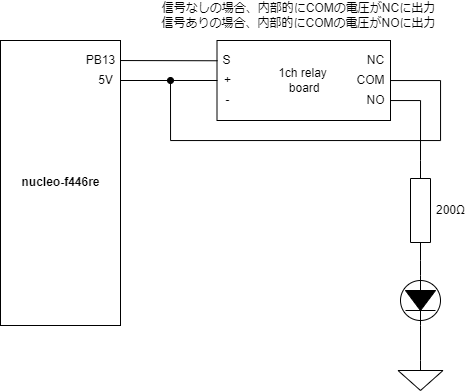
Before: circuit_diagram/lesson9.drawio.png, a diagram exported from draw.io (kapifuji/ras_pi_starterkit_with_rust). Source tidied: cells renumbered, new cells last; positions are measured from the earlier drawing's top-left corner, leaving out a move shared by most shapes. Its diagram source:
```xml
<mxGraphModel>
  <root>
    <mxCell id="0" />
    <mxCell id="1" parent="0" />
    <mxCell id="2" style="group;" parent="1" vertex="1">
      <mxGeometry y="40" width="130" height="285" as="geometry" />
    </mxCell>
    <mxCell id="3" style="rounded=0;whiteSpace=wrap;html=1;" parent="2" vertex="1">
      <mxGeometry width="120" height="285" as="geometry" />
    </mxCell>
    <mxCell id="4" value="5V" style="text;html=1;align=center;verticalAlign=middle;points=[];strokeColor=none;fillColor=none;" parent="2" vertex="1">
      <mxGeometry x="90" y="30" width="30" height="20" as="geometry" />
    </mxCell>
    <mxCell id="5" value="nucleo-f446re" style="text;html=1;align=center;verticalAlign=middle;strokeColor=none;fillColor=none;fontStyle=1;" parent="2" vertex="1">
      <mxGeometry x="15" y="132.5" width="90" height="20" as="geometry" />
    </mxCell>
    <mxCell id="6" value="PB13" style="text;html=1;align=center;verticalAlign=middle;points=[];strokeColor=none;fillColor=none;" parent="2" vertex="1">
      <mxGeometry x="80" y="10" width="40" height="20" as="geometry" />
    </mxCell>
    <mxCell id="7" style="edgeStyle=orthogonalEdgeStyle;rounded=0;html=1;exitX=1;exitY=0.5;exitDx=0;exitDy=0;exitPerimeter=0;entryX=0.5;entryY=0;entryDx=0;entryDy=0;entryPerimeter=0;endArrow=none;endFill=0;" parent="1" edge="1" source="8" target="11">
      <mxGeometry relative="1" as="geometry" />
    </mxCell>
    <mxCell id="8" style="fillColor=strokeColor;verticalLabelPosition=bottom;shadow=0;dashed=0;align=center;html=1;verticalAlign=top;shape=mxgraph.electrical.diodes.tunnel_diode_2;rotation=90;" parent="1" vertex="1">
      <mxGeometry x="395" y="280" width="50" height="40" as="geometry" />
    </mxCell>
    <mxCell id="9" style="edgeStyle=orthogonalEdgeStyle;rounded=0;html=1;exitX=1;exitY=0.5;exitDx=0;exitDy=0;exitPerimeter=0;entryX=0;entryY=0.5;entryDx=0;entryDy=0;entryPerimeter=0;endArrow=none;endFill=0;" parent="1" edge="1" source="10" target="8">
      <mxGeometry relative="1" as="geometry" />
    </mxCell>
    <mxCell id="10" style="verticalLabelPosition=bottom;shadow=0;dashed=0;align=center;html=1;verticalAlign=top;shape=mxgraph.electrical.resistors.resistor_1;rotation=90;" parent="1" vertex="1">
      <mxGeometry x="370" y="200" width="100" height="20" as="geometry" />
    </mxCell>
    <mxCell id="11" style="verticalLabelPosition=bottom;shadow=0;dashed=0;align=center;html=1;verticalAlign=top;shape=mxgraph.electrical.signal_sources.signal_ground;" parent="1" vertex="1">
      <mxGeometry x="397.5" y="360" width="45" height="30" as="geometry" />
    </mxCell>
    <mxCell id="12" value="200Ω" style="text;html=1;align=center;verticalAlign=middle;strokeColor=none;fillColor=none;" parent="1" vertex="1">
      <mxGeometry x="430" y="200" width="40" height="20" as="geometry" />
    </mxCell>
    <mxCell id="13" value="1ch relay&lt;br&gt;&amp;nbsp;board" style="rounded=0;whiteSpace=wrap;html=1;" parent="1" vertex="1">
      <mxGeometry x="216.5" y="40" width="173.5" height="80" as="geometry" />
    </mxCell>
    <mxCell id="14" value="S" style="text;html=1;align=center;verticalAlign=middle;points=[];strokeColor=none;fillColor=none;" parent="1" vertex="1">
      <mxGeometry x="216" y="50" width="20" height="20" as="geometry" />
    </mxCell>
    <mxCell id="15" value="+" style="text;html=1;align=center;verticalAlign=middle;points=[];strokeColor=none;fillColor=none;" parent="1" vertex="1">
      <mxGeometry x="217" y="70" width="20" height="20" as="geometry" />
    </mxCell>
    <mxCell id="16" value="-" style="text;html=1;align=center;verticalAlign=middle;points=[];strokeColor=none;fillColor=none;" parent="1" vertex="1">
      <mxGeometry x="217" y="90" width="20" height="20" as="geometry" />
    </mxCell>
    <mxCell id="17" style="edgeStyle=none;html=1;entryX=0.051;entryY=0.513;entryDx=0;entryDy=0;entryPerimeter=0;endArrow=none;endFill=0;" parent="1" edge="1" source="6" target="14">
      <mxGeometry relative="1" as="geometry" />
    </mxCell>
    <mxCell id="18" style="edgeStyle=none;html=1;endArrow=none;endFill=0;" parent="1" edge="1" source="4" target="15">
      <mxGeometry relative="1" as="geometry" />
    </mxCell>
    <mxCell id="19" value="NC" style="text;html=1;align=center;verticalAlign=middle;strokeColor=none;fillColor=none;" parent="1" vertex="1">
      <mxGeometry x="360" y="50" width="30" height="20" as="geometry" />
    </mxCell>
    <mxCell id="20" style="edgeStyle=orthogonalEdgeStyle;html=1;endArrow=oval;endFill=1;rounded=0;" parent="1" edge="1" source="21">
      <mxGeometry relative="1" as="geometry">
        <mxPoint x="170" y="80" as="targetPoint" />
        <Array as="points">
          <mxPoint x="440" y="80" />
          <mxPoint x="440" y="140" />
          <mxPoint x="170" y="140" />
        </Array>
      </mxGeometry>
    </mxCell>
    <mxCell id="21" value="COM" style="text;html=1;align=center;verticalAlign=middle;points=[];strokeColor=none;fillColor=none;" parent="1" vertex="1">
      <mxGeometry x="350" y="70" width="40" height="20" as="geometry" />
    </mxCell>
    <mxCell id="22" style="edgeStyle=orthogonalEdgeStyle;rounded=0;html=1;endArrow=none;endFill=0;entryX=0;entryY=0.5;entryDx=0;entryDy=0;entryPerimeter=0;" parent="1" edge="1" source="23" target="10">
      <mxGeometry relative="1" as="geometry" />
    </mxCell>
    <mxCell id="23" value="NO" style="text;html=1;align=center;verticalAlign=middle;points=[];strokeColor=none;fillColor=none;" parent="1" vertex="1">
      <mxGeometry x="360" y="90" width="30" height="20" as="geometry" />
    </mxCell>
    <mxCell id="24" value="信号なしの場合、内部的にCOMの電圧がNCに出力&lt;br&gt;信号ありの場合、内部的にCOMの電圧がNOに出力" style="text;html=1;align=center;verticalAlign=middle;strokeColor=none;fillColor=none;" parent="1" vertex="1">
      <mxGeometry x="152.5" width="290" height="30" as="geometry" />
    </mxCell>
  </root>
</mxGraphModel>
```
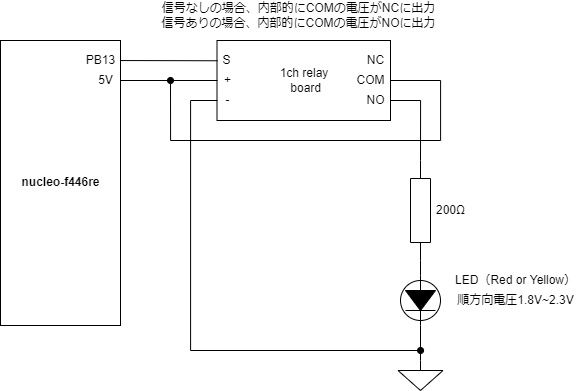
Later version of the same file.

Commit message:
lesson9 回路図修正

The edit, as a diff of the source:
```diff
@@ -44,6 +44,16 @@
     <mxCell id="15" value="+" style="text;html=1;align=center;verticalAlign=middle;points=[];strokeColor=none;fillColor=none;" parent="1" vertex="1">
       <mxGeometry x="217" y="70" width="20" height="20" as="geometry" />
     </mxCell>
+    <mxCell id="25" style="edgeStyle=orthogonalEdgeStyle;rounded=0;html=1;endArrow=oval;endFill=1;" parent="1" edge="1" source="16">
+      <mxGeometry relative="1" as="geometry">
+        <mxPoint x="420" y="350" as="targetPoint" />
+        <Array as="points">
+          <mxPoint x="190" y="100" />
+          <mxPoint x="190" y="350" />
+          <mxPoint x="420" y="350" />
+        </Array>
+      </mxGeometry>
+    </mxCell>
     <mxCell id="16" value="-" style="text;html=1;align=center;verticalAlign=middle;points=[];strokeColor=none;fillColor=none;" parent="1" vertex="1">
       <mxGeometry x="217" y="90" width="20" height="20" as="geometry" />
     </mxCell>
@@ -78,5 +88,11 @@
     <mxCell id="24" value="信号なしの場合、内部的にCOMの電圧がNCに出力&lt;br&gt;信号ありの場合、内部的にCOMの電圧がNOに出力" style="text;html=1;align=center;verticalAlign=middle;strokeColor=none;fillColor=none;" parent="1" vertex="1">
       <mxGeometry x="152.5" width="290" height="30" as="geometry" />
     </mxCell>
+    <mxCell id="26" value="LED（Red or Yellow）" style="text;html=1;align=center;verticalAlign=middle;strokeColor=none;fillColor=none;" parent="1" vertex="1">
+      <mxGeometry x="445" y="270" width="140" height="20" as="geometry" />
+    </mxCell>
+    <mxCell id="27" value="順方向電圧1.8V~2.3V" style="text;html=1;align=center;verticalAlign=middle;strokeColor=none;fillColor=none;" parent="1" vertex="1">
+      <mxGeometry x="450" y="290" width="130" height="20" as="geometry" />
+    </mxCell>
   </root>
 </mxGraphModel>
```
